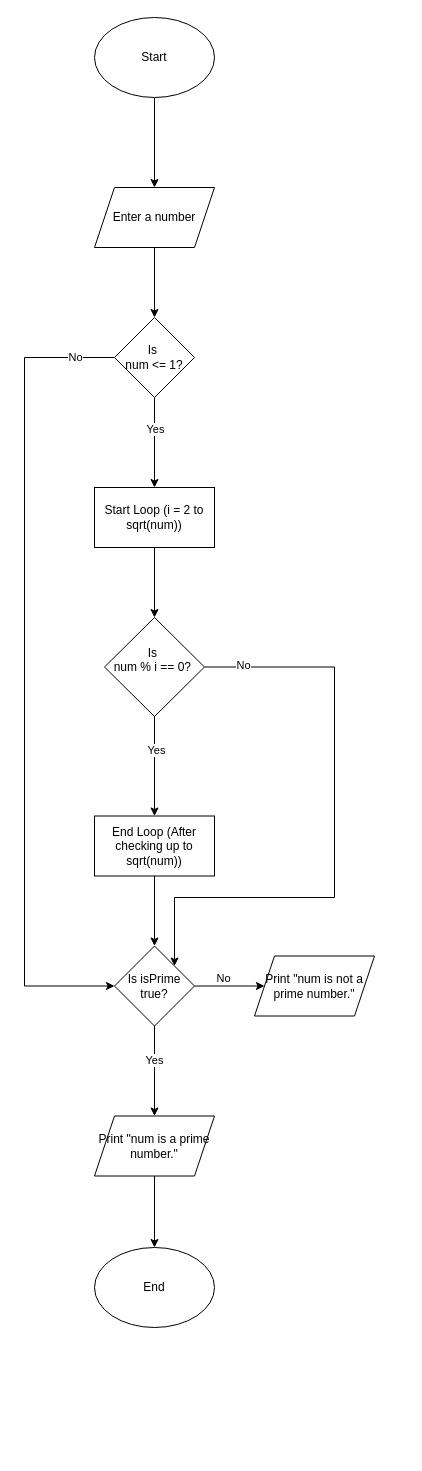
The draw.io diagram homework9.drawio in mmdc-j-abejo/draw, before the edit. Source tidied: cells renumbered, new cells numbered last; positions are measured from the earlier drawing's top-left corner, leaving out a move shared by most shapes. Both pictures are drawn from the tidied source at 100%, with x=0, y=0 at pixel (24, 17).
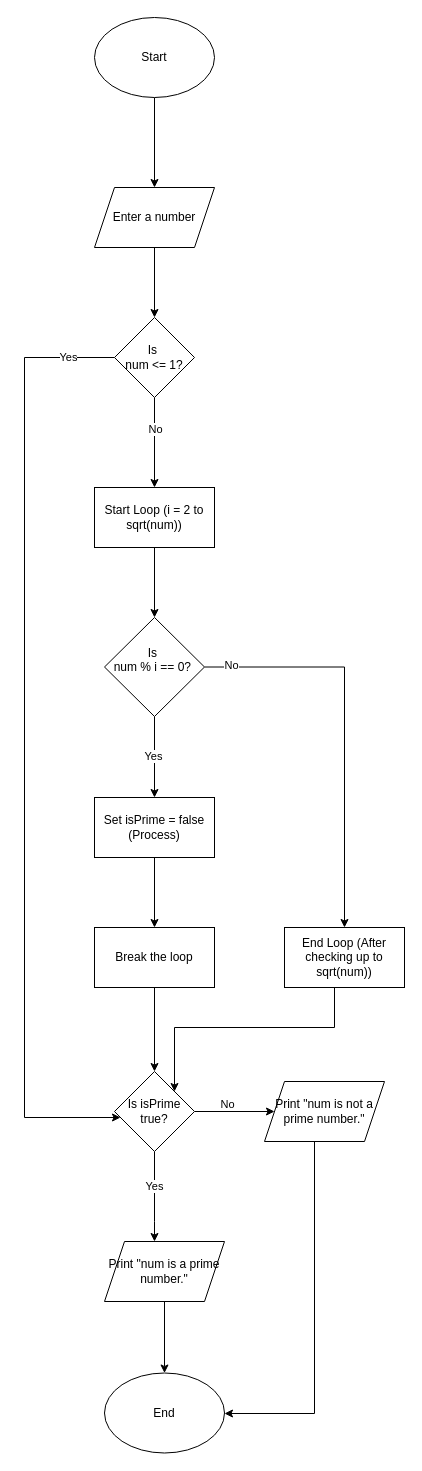
After the change.

Unchanged cells that the change refers to:
```xml
<mxCell id="6" style="edgeStyle=orthogonalEdgeStyle;rounded=0;jettySize=auto;html=1;" parent="1" edge="1" source="10" target="12">
  <mxGeometry relative="1" as="geometry" />
</mxCell>
<mxCell id="10" value="Is&amp;nbsp;&lt;div&gt;num &amp;lt;= 1?&lt;/div&gt;" style="rhombus;whiteSpace=wrap;html=1;" parent="1" vertex="1">
  <mxGeometry x="90" y="300" width="80" height="80" as="geometry" />
</mxCell>
<mxCell id="17" value="&lt;div&gt;Is&amp;nbsp;&lt;/div&gt;&lt;div&gt;num % i == 0?&amp;nbsp;&lt;/div&gt;&lt;div&gt;&lt;br&gt;&lt;/div&gt;" style="rhombus;whiteSpace=wrap;html=1;" parent="1" vertex="1">
  <mxGeometry x="80" y="600" width="100" height="99" as="geometry" />
</mxCell>
```

Diff of the diagram source:
```diff
@@
-    <mxCell id="7" value="Yes" style="edgeLabel;html=1;align=center;verticalAlign=middle;" parent="6" vertex="1">
+    <mxCell id="7" value="No" style="edgeLabel;html=1;align=center;verticalAlign=middle;" parent="6" vertex="1">
       <mxGeometry x="-0.3" relative="1" as="geometry" />
     </mxCell>
-    <mxCell id="8" style="edgeStyle=orthogonalEdgeStyle;rounded=0;jettySize=auto;html=1;" parent="1" edge="1" source="10" target="24">
+    <mxCell id="8" style="edgeStyle=orthogonalEdgeStyle;rounded=0;jettySize=auto;html=1;jumpStyle=arc;" parent="1" edge="1" source="10" target="24">
       <mxGeometry relative="1" as="geometry">
         <Array as="points">
           <mxPoint y="340" />
-          <mxPoint y="968.5" />
+          <mxPoint y="1100" />
         </Array>
       </mxGeometry>
     </mxCell>
-    <mxCell id="9" value="No" style="edgeLabel;html=1;align=center;verticalAlign=middle;" parent="8" vertex="1">
+    <mxCell id="9" value="Yes" style="edgeLabel;html=1;align=center;verticalAlign=middle;" parent="8" vertex="1">
       <mxGeometry x="-0.9" y="-1" relative="1" as="geometry" />
     </mxCell>
@@
-    <mxCell id="13" style="edgeStyle=orthogonalEdgeStyle;rounded=0;jettySize=auto;html=1;" parent="1" edge="1" source="17" target="19">
-      <mxGeometry relative="1" as="geometry" />
-    </mxCell>
-    <mxCell id="14" value="Yes" style="edgeLabel;html=1;align=center;verticalAlign=middle;" parent="13" vertex="1">
-      <mxGeometry x="-0.34" y="1" relative="1" as="geometry" />
-    </mxCell>
-    <mxCell id="15" style="edgeStyle=orthogonalEdgeStyle;rounded=0;jettySize=auto;html=1;" parent="1" edge="1" source="17" target="24">
+    <mxCell id="15" style="edgeStyle=orthogonalEdgeStyle;rounded=0;jettySize=auto;html=1;" parent="1" edge="1" source="17" target="19">
       <mxGeometry relative="1" as="geometry">
         <Array as="points">
-          <mxPoint x="310" y="650" />
-          <mxPoint x="310" y="880" />
-          <mxPoint x="150" y="880" />
+          <mxPoint x="320" y="650" />
         </Array>
       </mxGeometry>
     </mxCell>
@@
+    <mxCell id="29" style="edgeStyle=orthogonalEdgeStyle;rounded=0;jettySize=auto;html=1;" parent="1" edge="1" source="17" target="32">
+      <mxGeometry relative="1" as="geometry" />
+    </mxCell>
+    <mxCell id="14" value="Yes" style="edgeLabel;html=1;align=center;verticalAlign=middle;" parent="29" vertex="1">
+      <mxGeometry x="-0.04" y="-2" relative="1" as="geometry" />
+    </mxCell>
@@
     <mxCell id="18" style="edgeStyle=orthogonalEdgeStyle;rounded=0;jettySize=auto;html=1;" parent="1" edge="1" source="19" target="24">
-      <mxGeometry relative="1" as="geometry" />
+      <mxGeometry relative="1" as="geometry">
+        <Array as="points">
+          <mxPoint x="310" y="1010" />
+          <mxPoint x="150" y="1010" />
+        </Array>
+      </mxGeometry>
     </mxCell>
     <mxCell id="19" value="End Loop (After checking up to sqrt(num))" style="whiteSpace=wrap;html=1;" parent="1" vertex="1">
-      <mxGeometry x="70" y="798.5" width="120" height="60" as="geometry" />
+      <mxGeometry x="260" y="910" width="120" height="60" as="geometry" />
     </mxCell>
     <mxCell id="20" style="edgeStyle=orthogonalEdgeStyle;rounded=0;jettySize=auto;html=1;" parent="1" edge="1" source="24" target="26">
-      <mxGeometry relative="1" as="geometry" />
+      <mxGeometry relative="1" as="geometry">
+        <Array as="points">
+          <mxPoint x="130" y="1204" />
+          <mxPoint x="130" y="1204" />
+        </Array>
+      </mxGeometry>
     </mxCell>
@@
     <mxCell id="24" value="Is isPrime true?" style="rhombus;whiteSpace=wrap;html=1;" parent="1" vertex="1">
-      <mxGeometry x="90" y="928.5" width="80" height="80" as="geometry" />
+      <mxGeometry x="90" y="1054" width="80" height="80" as="geometry" />
     </mxCell>
@@
     <mxCell id="26" value="Print &quot;num is a prime number.&quot;" style="shape=parallelogram;perimeter=parallelogramPerimeter;whiteSpace=wrap;html=1;fixedSize=1;" parent="1" vertex="1">
-      <mxGeometry x="70" y="1098.5" width="120" height="60" as="geometry" />
+      <mxGeometry x="80" y="1224" width="120" height="60" as="geometry" />
     </mxCell>
+    <mxCell id="30" style="edgeStyle=orthogonalEdgeStyle;rounded=0;jettySize=auto;html=1;" parent="1" edge="1" source="27" target="28">
+      <mxGeometry relative="1" as="geometry">
+        <Array as="points">
+          <mxPoint x="290" y="1396" />
+        </Array>
+      </mxGeometry>
+    </mxCell>
     <mxCell id="27" value="Print &quot;num is not a prime number.&quot;" style="shape=parallelogram;perimeter=parallelogramPerimeter;whiteSpace=wrap;html=1;fixedSize=1;" parent="1" vertex="1">
-      <mxGeometry x="230" y="938.5" width="120" height="60" as="geometry" />
+      <mxGeometry x="240" y="1064" width="120" height="60" as="geometry" />
     </mxCell>
     <mxCell id="28" value="End" style="ellipse;whiteSpace=wrap;html=1;" parent="1" vertex="1">
-      <mxGeometry x="70" y="1230" width="120" height="80" as="geometry" />
+      <mxGeometry x="80" y="1355.5" width="120" height="80" as="geometry" />
     </mxCell>
+    <mxCell id="31" style="edgeStyle=orthogonalEdgeStyle;rounded=0;jettySize=auto;html=1;" parent="1" edge="1" source="32" target="34">
+      <mxGeometry relative="1" as="geometry" />
+    </mxCell>
+    <mxCell id="32" value="Set isPrime = false (Process)" style="whiteSpace=wrap;html=1;" parent="1" vertex="1">
+      <mxGeometry x="70" y="780" width="120" height="60" as="geometry" />
+    </mxCell>
+    <mxCell id="33" style="edgeStyle=orthogonalEdgeStyle;rounded=0;jettySize=auto;html=1;" parent="1" edge="1" source="34" target="24">
+      <mxGeometry relative="1" as="geometry" />
+    </mxCell>
+    <mxCell id="34" value="Break the loop" style="whiteSpace=wrap;html=1;" parent="1" vertex="1">
+      <mxGeometry x="70" y="910" width="120" height="60" as="geometry" />
+    </mxCell>
```
